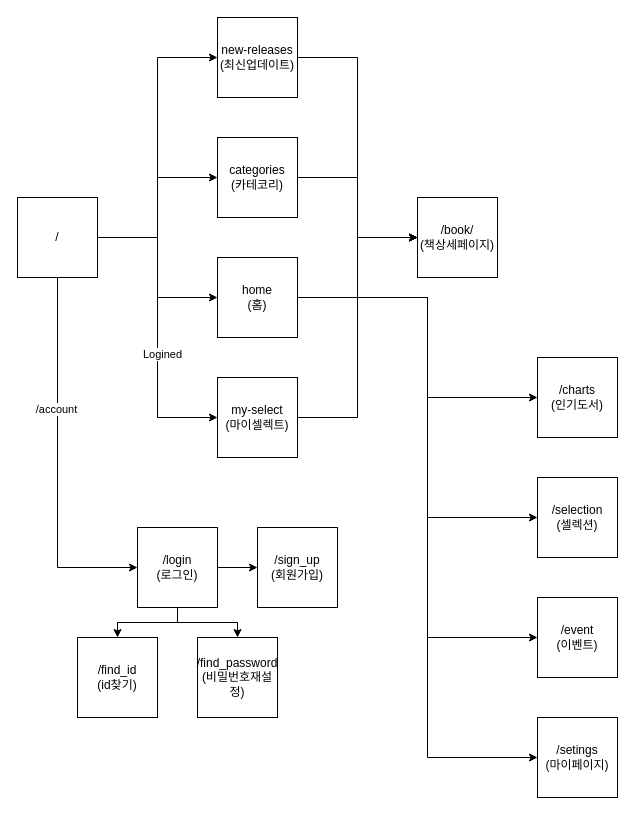
AppKim/clon_ridibooks keeps this draw.io diagram as Untitled Diagram.drawio. Above is the earlier version. Source tidied: cells renumbered, new cells numbered last; positions are measured from the earlier drawing's top-left corner, leaving out a move shared by most shapes. Both pictures are drawn from the tidied source at 100%, with x=0, y=0 at pixel (17, 17).
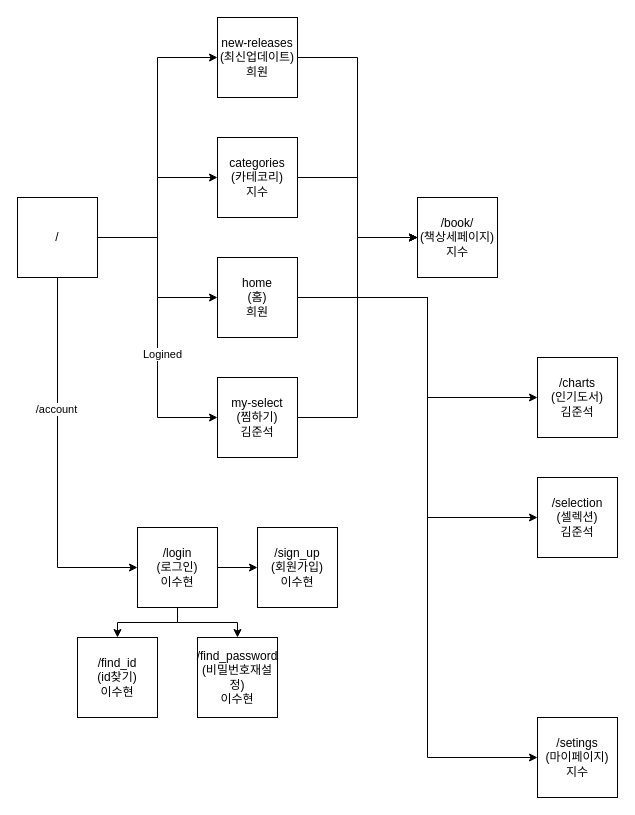
The same page after the edit.

Change to the diagram source:
```diff
@@
-    <mxCell id="3" value="new-releases&lt;br&gt;(최신업데이트)" style="whiteSpace=wrap;html=1;" parent="1" vertex="1">
+    <mxCell id="3" value="new-releases&lt;br&gt;(최신업데이트)&lt;br&gt;희원" style="whiteSpace=wrap;html=1;" parent="1" vertex="1">
       <mxGeometry x="200" width="80" height="80" as="geometry" />
     </mxCell>
-    <mxCell id="4" value="categories&lt;br&gt;(카테코리)" style="whiteSpace=wrap;html=1;" parent="1" vertex="1">
+    <mxCell id="4" value="categories&lt;br&gt;(카테코리)&lt;br&gt;지수" style="whiteSpace=wrap;html=1;" parent="1" vertex="1">
       <mxGeometry x="200" y="120" width="80" height="80" as="geometry" />
     </mxCell>
-    <mxCell id="5" value="home&lt;br&gt;(홈)" style="whiteSpace=wrap;html=1;" parent="1" vertex="1">
+    <mxCell id="5" value="home&lt;br&gt;(홈)&lt;br&gt;희원" style="whiteSpace=wrap;html=1;" parent="1" vertex="1">
       <mxGeometry x="200" y="240" width="80" height="80" as="geometry" />
     </mxCell>
-    <mxCell id="6" value="/book/&lt;br&gt;(책상세페이지)" style="rounded=0;whiteSpace=wrap;html=1;" parent="1" vertex="1">
+    <mxCell id="6" value="/book/&lt;br&gt;(책상세페이지)&lt;br&gt;지수" style="rounded=0;whiteSpace=wrap;html=1;" parent="1" vertex="1">
       <mxGeometry x="400" y="180" width="80" height="80" as="geometry" />
     </mxCell>
-    <mxCell id="7" value="my-select&lt;br&gt;(마이셀렉트)" style="whiteSpace=wrap;html=1;" parent="1" vertex="1">
+    <mxCell id="7" value="my-select&lt;br&gt;(찜하기)&lt;br&gt;김준석" style="whiteSpace=wrap;html=1;" parent="1" vertex="1">
       <mxGeometry x="200" y="360" width="80" height="80" as="geometry" />
     </mxCell>
@@
-    <mxCell id="17" value="/charts&lt;br&gt;(인기도서)" style="rounded=0;whiteSpace=wrap;html=1;" parent="1" vertex="1">
+    <mxCell id="17" value="/charts&lt;br&gt;(인기도서)&lt;br&gt;김준석" style="rounded=0;whiteSpace=wrap;html=1;" parent="1" vertex="1">
       <mxGeometry x="520" y="340" width="80" height="80" as="geometry" />
     </mxCell>
@@
-    <mxCell id="19" value="/selection&lt;br&gt;(셀렉션)" style="rounded=0;whiteSpace=wrap;html=1;" parent="1" vertex="1">
+    <mxCell id="19" value="/selection&lt;br&gt;(셀렉션)&lt;br&gt;김준석" style="rounded=0;whiteSpace=wrap;html=1;" parent="1" vertex="1">
       <mxGeometry x="520" y="460" width="80" height="80" as="geometry" />
     </mxCell>
@@
-    <mxCell id="21" value="/event&lt;br&gt;(이벤트)" style="rounded=0;whiteSpace=wrap;html=1;" parent="1" vertex="1">
-      <mxGeometry x="520" y="580" width="80" height="80" as="geometry" />
-    </mxCell>
-    <mxCell id="22" style="edgeStyle=elbowEdgeStyle;elbow=horizontal;endArrow=classic;html=1;rounded=0;entryX=0;entryY=0.5;entryDx=0;entryDy=0;exitX=1;exitY=0.5;exitDx=0;exitDy=0;" parent="1" edge="1" source="5" target="21">
-      <mxGeometry relative="1" as="geometry">
-        <Array as="points">
-          <mxPoint x="410" y="460" />
-        </Array>
-      </mxGeometry>
-    </mxCell>
-    <mxCell id="23" value="/setings&lt;br&gt;(마이페이지)" style="rounded=0;whiteSpace=wrap;html=1;" parent="1" vertex="1">
+    <mxCell id="23" value="/setings&lt;br&gt;(마이페이지)&lt;br&gt;지수" style="rounded=0;whiteSpace=wrap;html=1;" parent="1" vertex="1">
       <mxGeometry x="520" y="700" width="80" height="80" as="geometry" />
     </mxCell>
@@
-    <mxCell id="26" value="/login&lt;br&gt;(로그인)" style="whiteSpace=wrap;html=1;" parent="1" vertex="1">
+    <mxCell id="26" value="/login&lt;br&gt;(로그인)&lt;br&gt;이수현" style="whiteSpace=wrap;html=1;" parent="1" vertex="1">
       <mxGeometry x="120" y="510" width="80" height="80" as="geometry" />
     </mxCell>
@@
-    <mxCell id="29" value="/sign_up&lt;br&gt;(회원가입)" style="whiteSpace=wrap;html=1;" parent="1" vertex="1">
+    <mxCell id="29" value="/sign_up&lt;br&gt;(회원가입)&lt;br&gt;이수현" style="whiteSpace=wrap;html=1;" parent="1" vertex="1">
       <mxGeometry x="240" y="510" width="80" height="80" as="geometry" />
     </mxCell>
-    <mxCell id="30" value="/find_password&lt;br&gt;(비밀번호재설정)" style="whiteSpace=wrap;html=1;" parent="1" vertex="1">
+    <mxCell id="30" value="/find_password&lt;br&gt;(비밀번호재설정)&lt;br&gt;이수현" style="whiteSpace=wrap;html=1;" parent="1" vertex="1">
       <mxGeometry x="180" y="620" width="80" height="80" as="geometry" />
     </mxCell>
-    <mxCell id="31" value="/find_id&lt;br&gt;(id찾기)" style="whiteSpace=wrap;html=1;" parent="1" vertex="1">
+    <mxCell id="31" value="/find_id&lt;br&gt;(id찾기)&lt;br&gt;이수현" style="whiteSpace=wrap;html=1;" parent="1" vertex="1">
       <mxGeometry x="60" y="620" width="80" height="80" as="geometry" />
     </mxCell>
```
